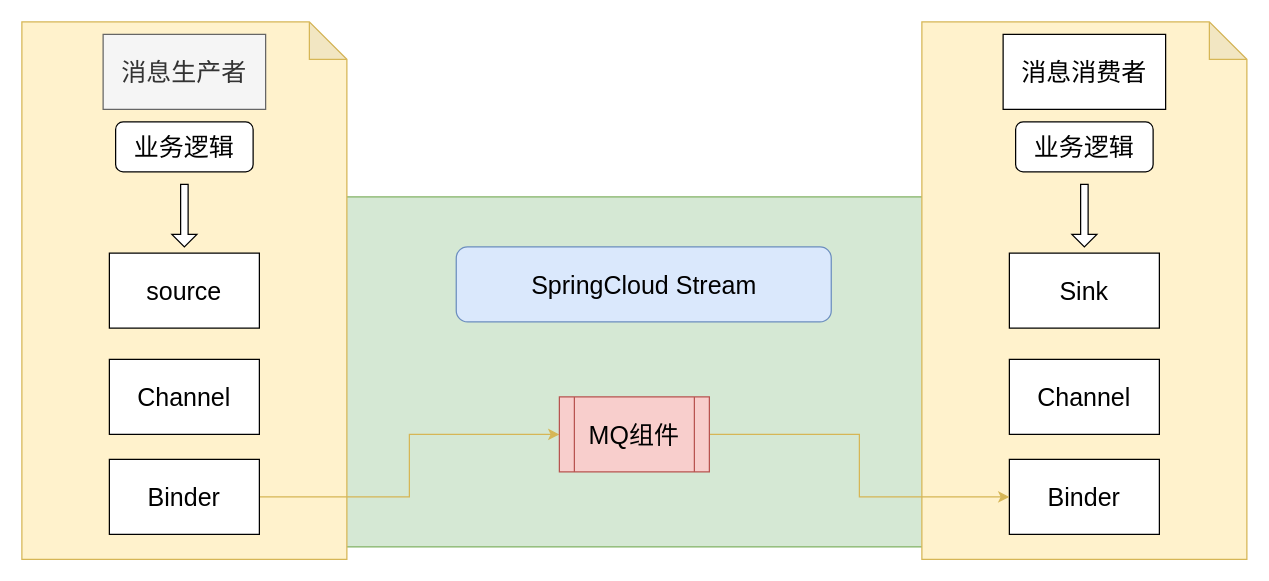
This is SpringCloud Stream.drawio from lexinhu/diagrams, a draw.io file, before an edit. Source tidied: cells renumbered, new cells numbered last; positions are measured from the earlier drawing's top-left corner, leaving out a move shared by most shapes. Both pictures are drawn from the tidied source at 125%, with x=0, y=0 at pixel (21, 21).
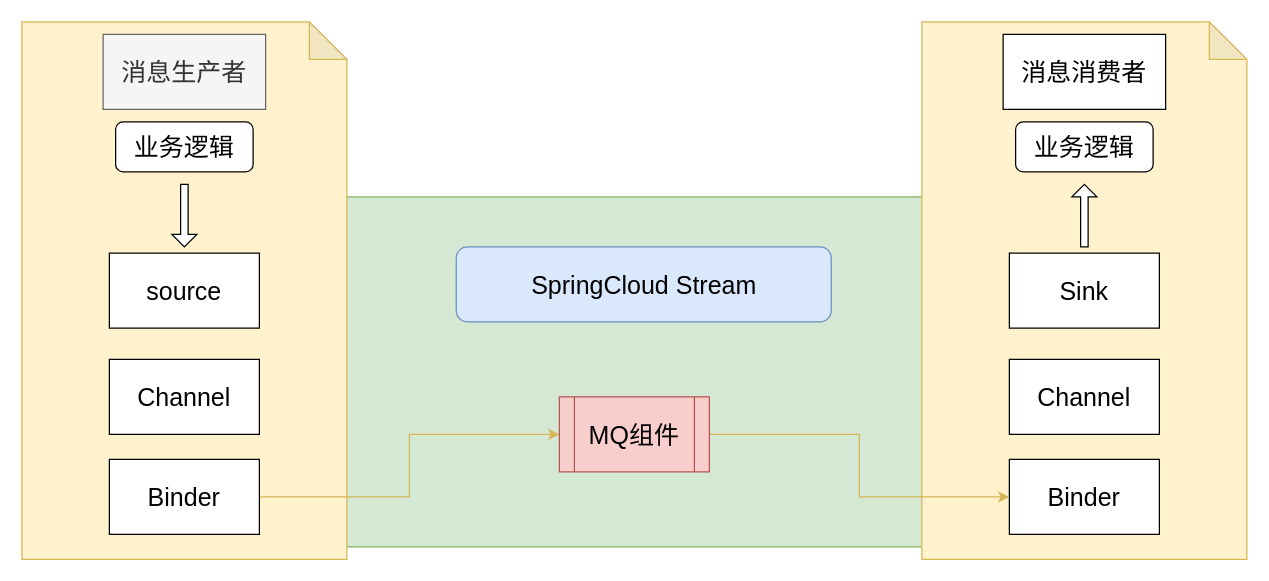
After the change.

Diff of the diagram source:
```diff
@@
-    <mxCell id="17" style="shape=singleArrow;direction=south;whiteSpace=wrap;html=1;fontSize=20;" parent="1" vertex="1">
+    <mxCell id="17" style="shape=singleArrow;direction=north;whiteSpace=wrap;html=1;fontSize=20;" parent="1" vertex="1">
       <mxGeometry x="840" y="130" width="20" height="50" as="geometry" />
     </mxCell>
```
